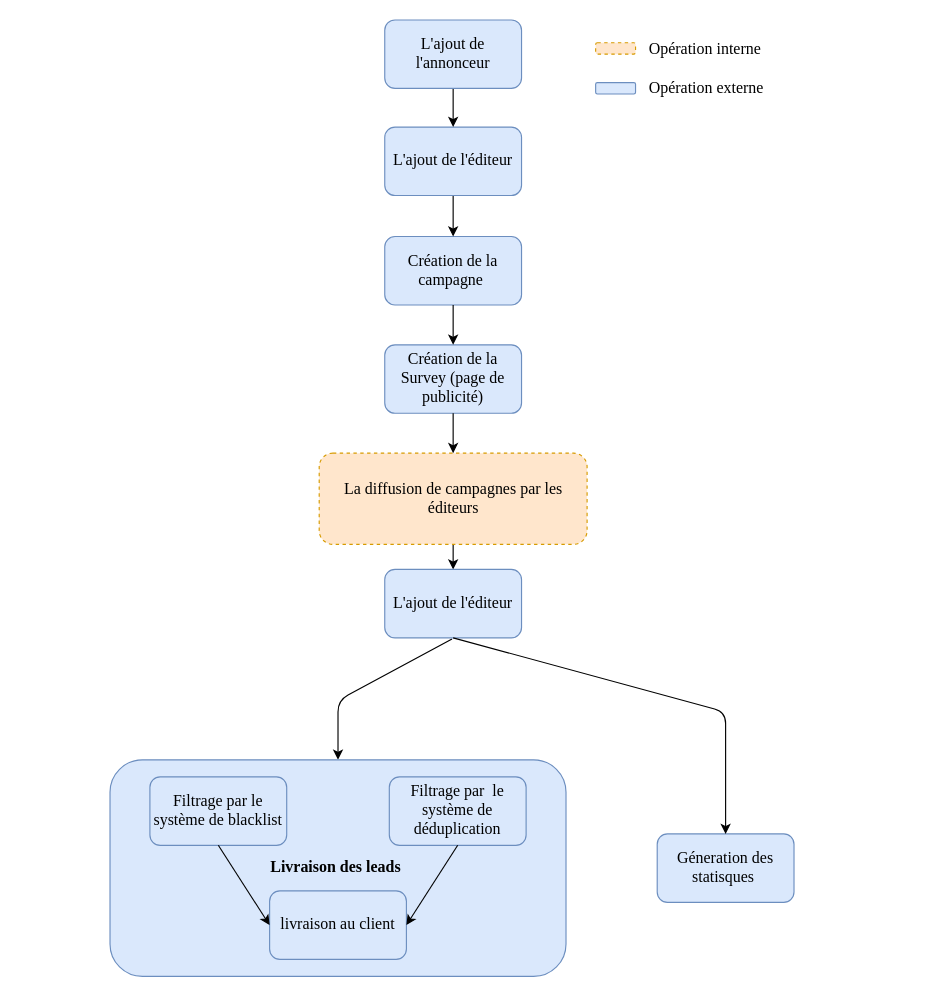
The draw.io diagram cap fichier xml/Diagramme fontct collecte.drawio in messaoudibrahim/Memoire, before the edit. Source tidied: cells renumbered, new cells numbered last; positions are measured from the earlier drawing's top-left corner, leaving out a move shared by most shapes. Both pictures are drawn from the tidied source at 114%, with x=0, y=0 at pixel (109, 19).
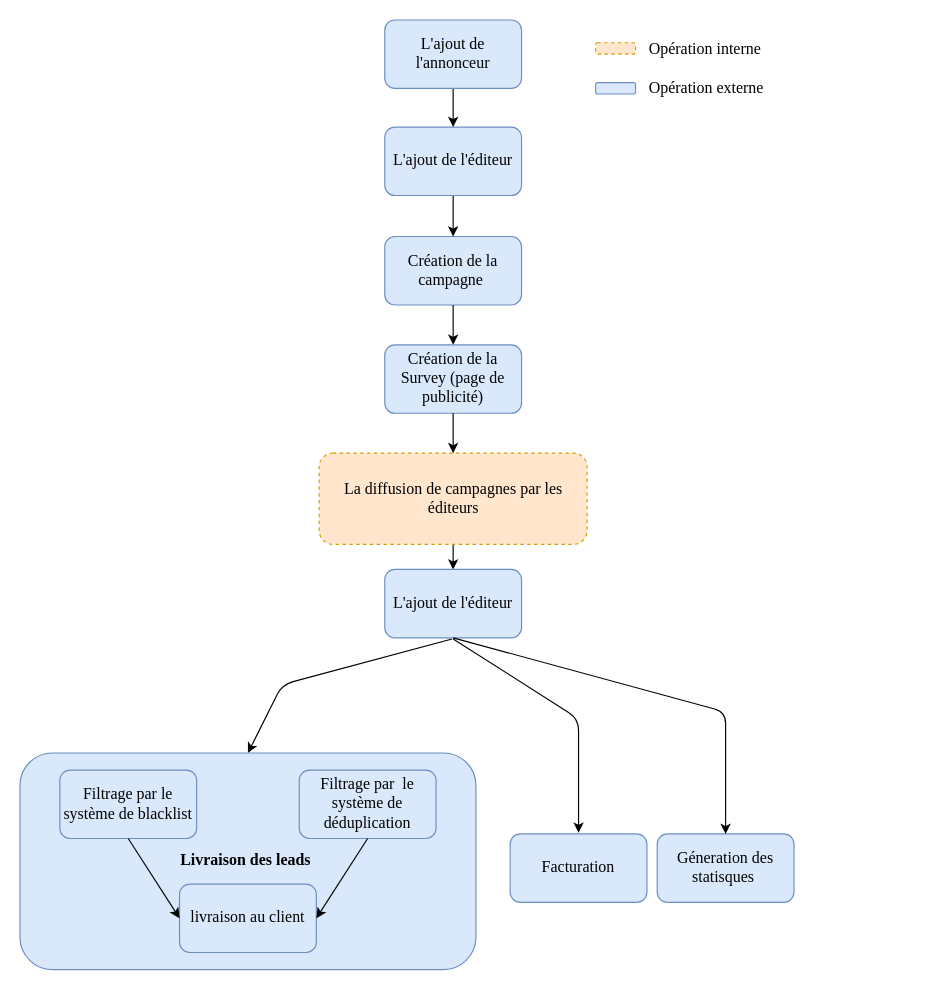
After the change.

Unchanged cells that the change refers to:
```xml
<mxCell id="3" style="group;fontFamily=Times New Roman;fontStyle=0;fontSize=14;" parent="2" vertex="1">
  <mxGeometry width="705" height="400" as="geometry" />
</mxCell>
<mxCell id="10" value="&lt;h3 style=&quot;font-size: 14px;&quot;&gt;Livraison des leads&amp;nbsp;&lt;/h3&gt;" style="rounded=1;whiteSpace=wrap;html=1;fontFamily=Times New Roman;fontStyle=0;fontSize=14;fillColor=#dae8fc;strokeColor=#6c8ebf;" parent="9" vertex="1">
  <mxGeometry width="400" height="190" as="geometry" />
</mxCell>
```

What changed in the source:
```diff
@@
     <mxCell id="4" style="endArrow=classic;html=1;entryX=0.5;entryY=0;entryDx=0;entryDy=0;fontFamily=Times New Roman;fontStyle=0;fontSize=14;" parent="3" edge="1" target="10">
       <mxGeometry relative="1" as="geometry">
         <mxPoint x="299" y="353" as="sourcePoint" />
         <Array as="points">
-          <mxPoint x="199" y="407" />
+          <mxPoint x="150" y="393" />
         </Array>
       </mxGeometry>
     </mxCell>
@@
     <mxCell id="9" style="group;" parent="3" vertex="1">
-      <mxGeometry x="-1" y="459" width="400" height="190" as="geometry" />
+      <mxGeometry x="-80" y="453" width="400" height="190" as="geometry" />
     </mxCell>
@@
+    <mxCell id="30" value="Facturation" style="rounded=1;whiteSpace=wrap;html=1;fontFamily=Times New Roman;fontStyle=0;fontSize=14;fillColor=#dae8fc;strokeColor=#6c8ebf;" parent="1" vertex="1">
+      <mxGeometry x="351" y="714" width="120" height="60" as="geometry" />
+    </mxCell>
+    <mxCell id="31" style="endArrow=classic;html=1;fontFamily=Times New Roman;fontStyle=0;fontSize=14;" parent="1" edge="1">
+      <mxGeometry relative="1" as="geometry">
+        <mxPoint x="301" y="543" as="sourcePoint" />
+        <mxPoint x="411" y="713" as="targetPoint" />
+        <Array as="points">
+          <mxPoint x="411" y="613" />
+        </Array>
+      </mxGeometry>
+    </mxCell>
```
